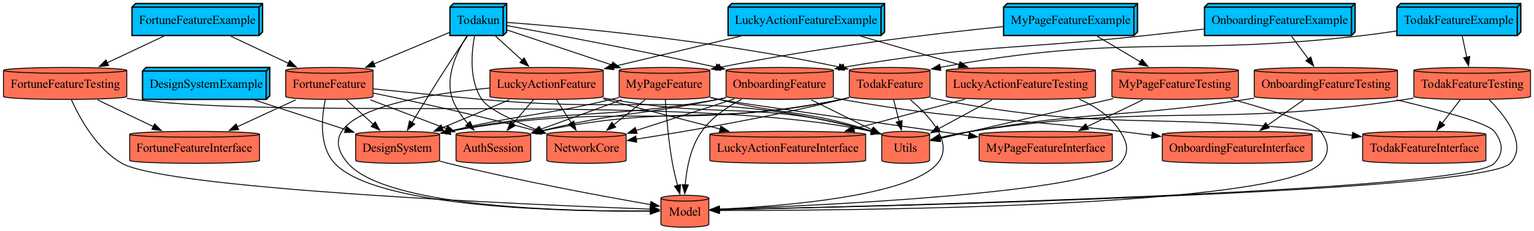
This is docs/graph.png from YAPP-Github/28th-App-Team-2-iOS, a Graphviz export, as it was before one commit. Its source is kept beside it as docs/graph.dot.
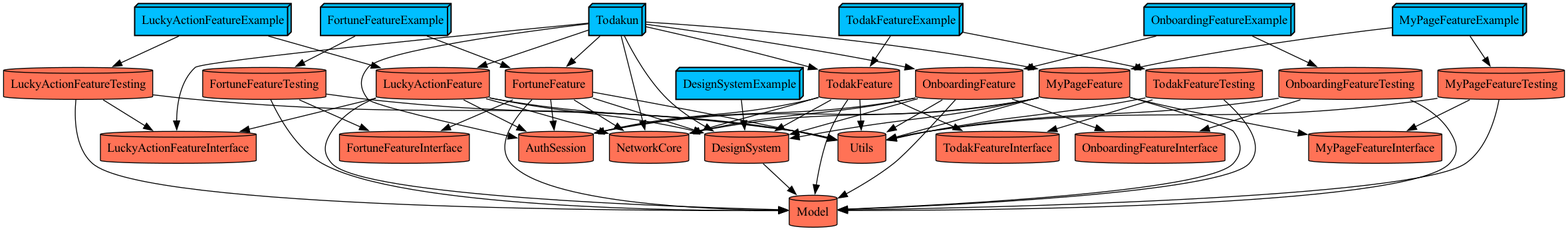
After the commit.

Change to the diagram source:
```diff
@@ -85,6 +85,7 @@
   Todakun -> DesignSystem
   Todakun -> FortuneFeature
   Todakun -> LuckyActionFeature
+  Todakun -> LuckyActionFeatureInterface
   Todakun -> MyPageFeature
   Todakun -> NetworkCore
   Todakun -> OnboardingFeature
```
